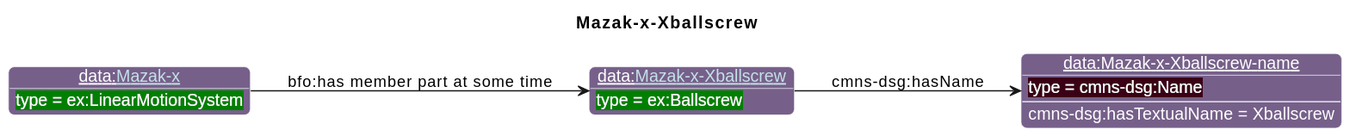
iofoundry/example-syseng-mtconnect keeps this PlantUML diagram as diagrams/Mazak-x-Xballscrew.svg. Above is the earlier version.
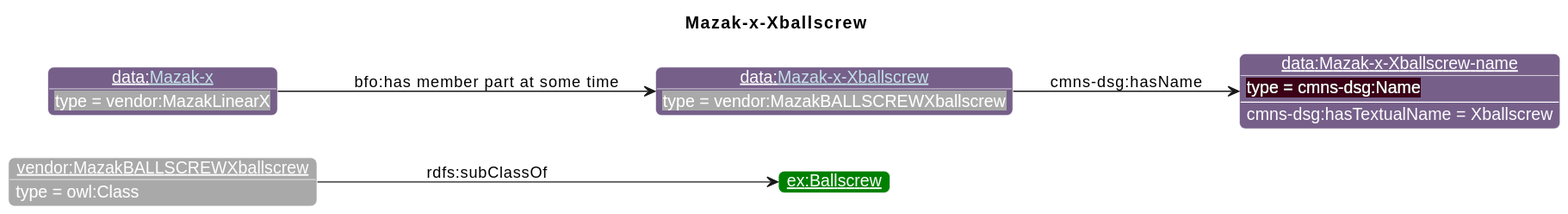
The same file after the commit.

What changed in the source:
```diff
@@ -19,10 +19,13 @@
                       "ns1":"76608A",
 "ex":"Green","data":"76608A","core":"000000","units":"8A2D3B","qp":"641B2E","cmns-dsg":"3A0519"
 }
-individual(o1, data:[[./Mazak-x-Xballscrew.html Mazak-x-Xballscrew]], ex:Ballscrew)
-individual(o2, data:Mazak-x-Xballscrew-name, cmns-dsg:Name)
-individual(o3, data:[[./Mazak-x.html Mazak-x]], ex:LinearMotionSystem)
-property(o1, cmns-dsg:hasName, o2)
-data(o2, cmns-dsg:hasTextualName, Xballscrew)
-property(o3, "bfo:has member part at some time", o1)
+individual(o1, vendor:MazakBALLSCREWXballscrew, owl:Class)
+individual(o2, ex:Ballscrew)
+individual(o3, data:[[./Mazak-x-Xballscrew.html Mazak-x-Xballscrew]], vendor:MazakBALLSCREWXballscrew)
+individual(o4, data:Mazak-x-Xballscrew-name, cmns-dsg:Name)
+individual(o5, data:[[./Mazak-x.html Mazak-x]], vendor:MazakLinearX)
+property(o1, rdfs:subClassOf, o2)
+property(o3, cmns-dsg:hasName, o4)
+data(o4, cmns-dsg:hasTextualName, Xballscrew)
+property(o5, "bfo:has member part at some time", o3)
 @enduml
```
